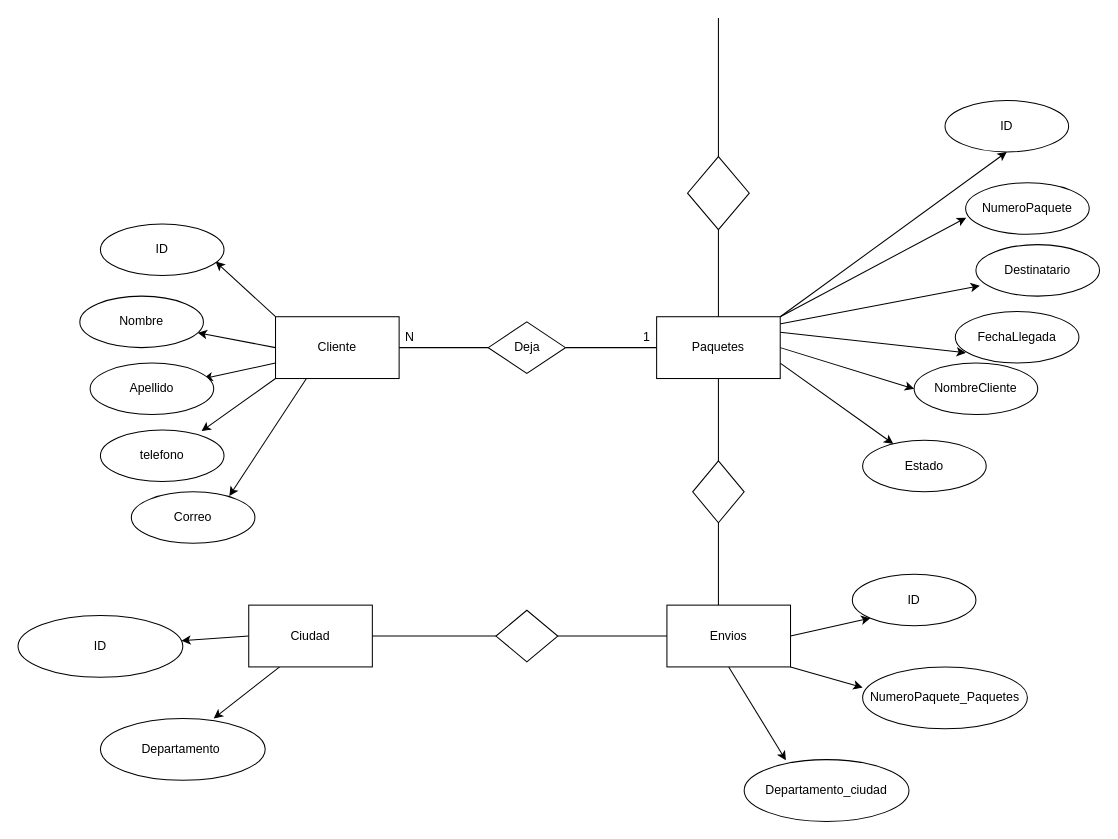
This is Mer/nuevo_merV5_Final.drawio from mateovillaa11/Proyecto_FindeA-o, a draw.io file, before an edit. Source tidied: cells renumbered, new cells numbered last; positions are measured from the earlier drawing's top-left corner, leaving out a move shared by most shapes. Both pictures are drawn from the tidied source at 103%, with x=0, y=0 at pixel (18, 18).
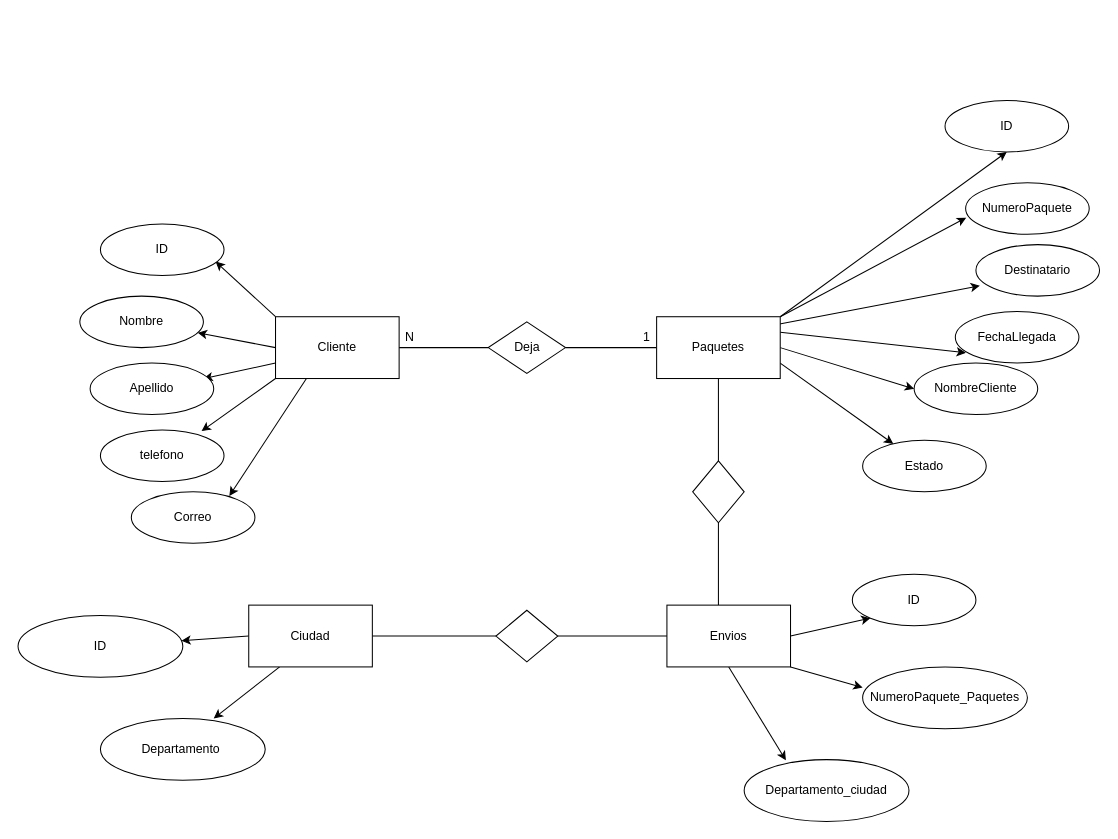
After the change.

Commit message (it also covers changes not shown here):
nuevo mer final?

The change refers to these unchanged cells:
```xml
<mxCell id="15" value="Paquetes" style="rounded=0;whiteSpace=wrap;html=1;" parent="1" vertex="1">
  <mxGeometry x="620" y="290" width="120" height="60" as="geometry" />
</mxCell>
```

What changed in the source:
```diff
@@
-    <mxCell id="49" style="endArrow=none;html=1;entryX=0.5;entryY=0;entryDx=0;entryDy=0;startArrow=none;" parent="1" edge="1" target="15">
-      <mxGeometry relative="1" as="geometry">
-        <mxPoint x="680" as="sourcePoint" />
-      </mxGeometry>
-    </mxCell>
-    <mxCell id="50" style="rhombus;whiteSpace=wrap;html=1;rotation=90;" parent="1" vertex="1">
-      <mxGeometry x="644.5" y="140" width="71" height="60" as="geometry" />
-    </mxCell>
```
